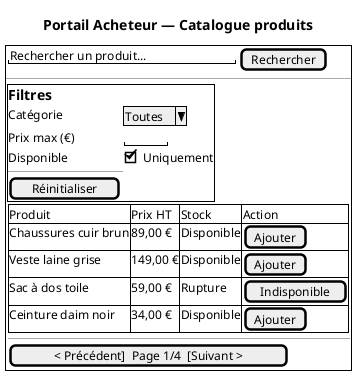
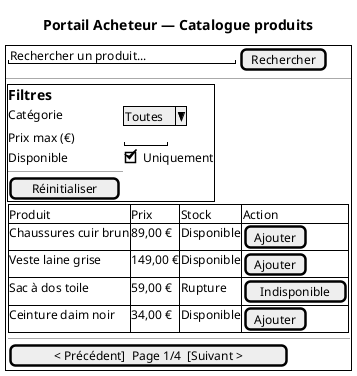
@startsalt
' Composant PA : front-acheteur (Portail Acheteur)
' Fonctions allouées : Service Catalogue — FS-B03 (affichage et filtrage catalogue)
title Portail Acheteur — Catalogue produits

{+
  {
    "Rechercher un produit...    " | [Rechercher]
  }
  --
  {
    {+
      == Filtres
      Catégorie    | ^Toutes^
      Prix max (€) | "     "
      Disponible   | [X] Uniquement
      --
      [Réinitialiser]
    }
    |
    {
      {#
-         Produit                  | Prix HT | Stock      | Action
+         Produit                  | Prix    | Stock      | Action
        Chaussures cuir brun     | 89,00 € | Disponible | [Ajouter]
        Veste laine grise        | 149,00 €| Disponible | [Ajouter]
        Sac à dos toile          | 59,00 € | Rupture    | [Indisponible]
        Ceinture daim noir       | 34,00 € | Disponible | [Ajouter]
      }
      --
      [< Précédent]  Page 1/4  [Suivant >]
    }
  }
}
@endsalt
